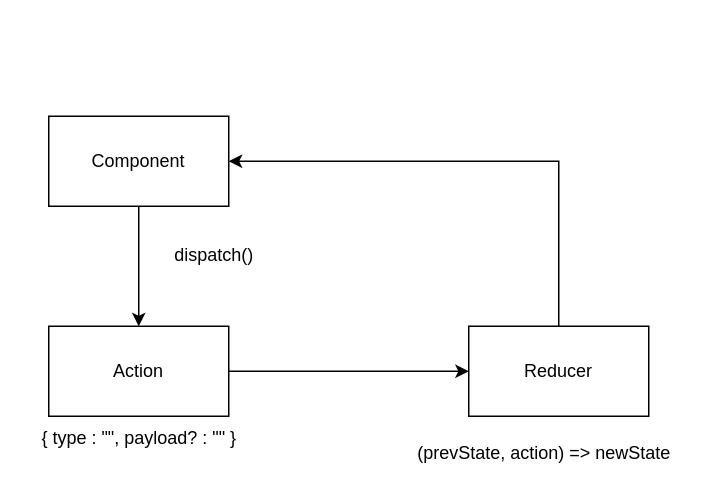
The draw.io diagram page "Page-4" (4 of 7) of material/diagrams.drawio in synergy2411/jun-24-react_v2, before the edit. Source tidied: cells renumbered, new cells numbered last; positions are measured from the earlier drawing's top-left corner, leaving out a move shared by most shapes. Both pictures are drawn from the tidied source at 150%, with x=0, y=0 at pixel (26, 116).
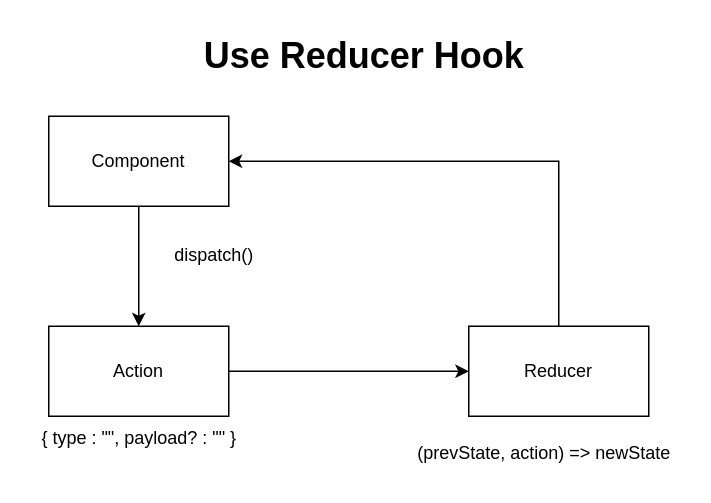
The same diagram, later.

What changed in the source:
```diff
@@
 <mxGraphModel>
   <root>
     <mxCell id="0" />
     <mxCell id="1" parent="0" />
     <mxCell id="2" style="edgeStyle=orthogonalEdgeStyle;rounded=0;jettySize=auto;html=1;" parent="1" edge="1" source="3" target="5">
       <mxGeometry relative="1" as="geometry" />
     </mxCell>
     <mxCell id="3" value="Component" style="rounded=0;whiteSpace=wrap;html=1;" parent="1" vertex="1">
       <mxGeometry x="15" width="120" height="60" as="geometry" />
     </mxCell>
     <mxCell id="4" style="edgeStyle=orthogonalEdgeStyle;rounded=0;jettySize=auto;html=1;" parent="1" edge="1" source="5" target="9">
       <mxGeometry relative="1" as="geometry" />
     </mxCell>
     <mxCell id="5" value="Action" style="rounded=0;whiteSpace=wrap;html=1;" parent="1" vertex="1">
       <mxGeometry x="15" y="140" width="120" height="60" as="geometry" />
     </mxCell>
     <mxCell id="6" value="dispatch()" style="text;html=1;align=center;verticalAlign=middle;strokeColor=none;fillColor=none;" parent="1" vertex="1">
       <mxGeometry x="85" y="78" width="80" height="30" as="geometry" />
     </mxCell>
     <mxCell id="7" value="{ type : &quot;&quot;, payload? : &quot;&quot; }" style="text;html=1;align=center;verticalAlign=middle;strokeColor=none;fillColor=none;" parent="1" vertex="1">
       <mxGeometry y="200" width="150" height="30" as="geometry" />
     </mxCell>
     <mxCell id="8" style="edgeStyle=orthogonalEdgeStyle;rounded=0;jettySize=auto;html=1;exitX=0.5;exitY=0;exitDx=0;exitDy=0;entryX=1;entryY=0.5;entryDx=0;entryDy=0;" parent="1" edge="1" source="9" target="3">
       <mxGeometry relative="1" as="geometry" />
     </mxCell>
     <mxCell id="9" value="Reducer" style="rounded=0;whiteSpace=wrap;html=1;" parent="1" vertex="1">
       <mxGeometry x="295" y="140" width="120" height="60" as="geometry" />
     </mxCell>
     <mxCell id="10" value="(prevState, action) =&amp;gt; newState" style="text;html=1;align=center;verticalAlign=middle;strokeColor=none;fillColor=none;" parent="1" vertex="1">
       <mxGeometry x="250" y="210" width="190" height="30" as="geometry" />
     </mxCell>
+    <mxCell id="11" value="Use Reducer Hook" style="text;strokeColor=none;fillColor=none;html=1;fontSize=24;fontStyle=1;verticalAlign=middle;align=center;" parent="1" vertex="1">
+      <mxGeometry x="175" y="-60" width="100" height="40" as="geometry" />
+    </mxCell>
   </root>
 </mxGraphModel>
```
